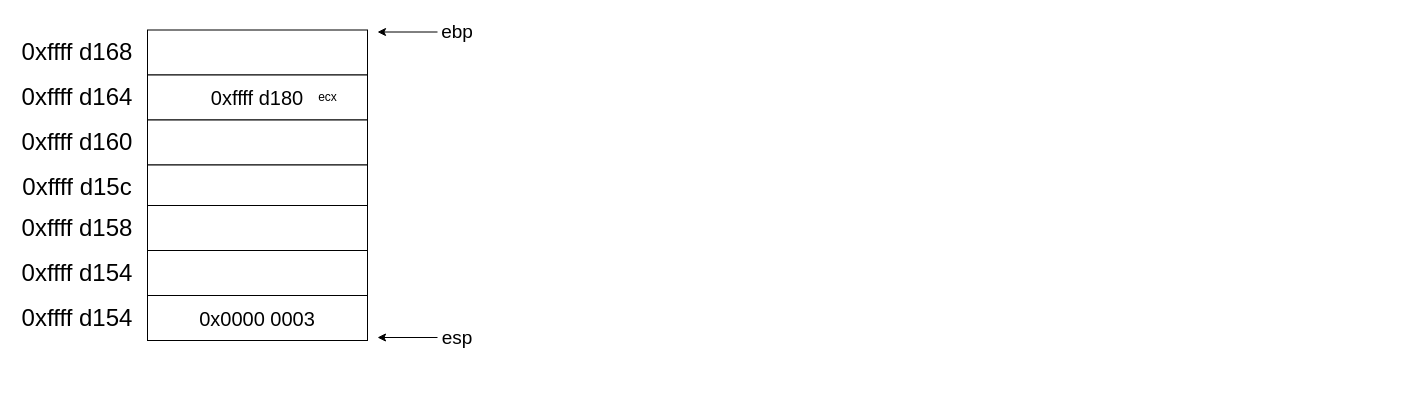
Before: page "第 11 页" (11 of 11) of ICS实验5.drawio in IRiDecenT/graph, a draw.io diagram. Source tidied: cells renumbered, new cells numbered last; positions are measured from the earlier drawing's top-left corner, leaving out a move shared by most shapes. Both pictures are drawn from the tidied source at 100%, with x=0, y=0 at pixel (17, 17).
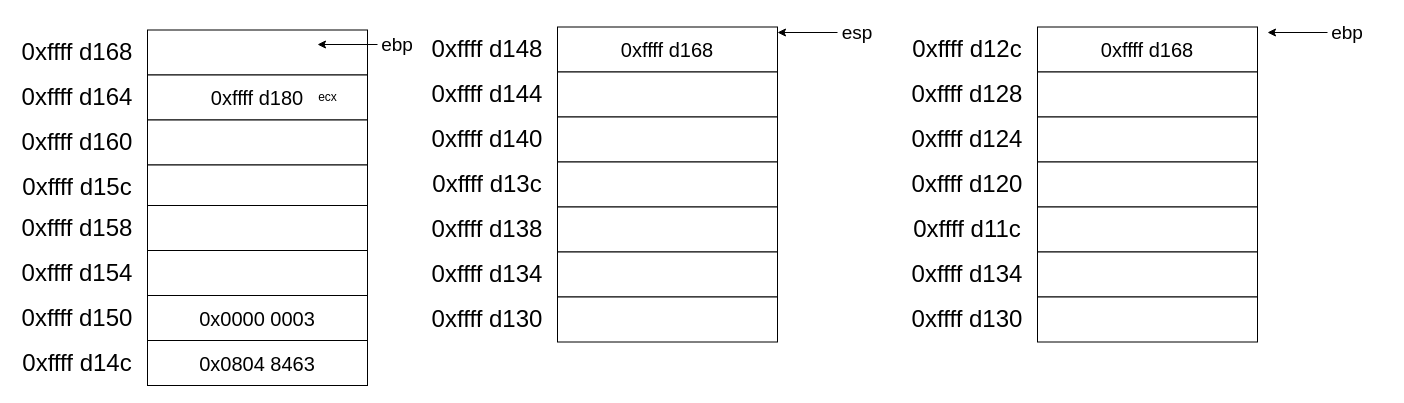
The same diagram, later.

Change to the diagram source:
```diff
@@
-    <mxCell id="8" value="&lt;font style=&quot;font-size: 19px;&quot;&gt;ebp&lt;/font&gt;" style="text;html=1;strokeColor=none;fillColor=none;align=center;verticalAlign=middle;whiteSpace=wrap;rounded=0;fontSize=19;fontStyle=0;" parent="1" vertex="1">
-      <mxGeometry x="400" width="80" height="30" as="geometry" />
-    </mxCell>
-    <mxCell id="9" style="endArrow=classic;html=1;rounded=0;fontStyle=0;fontSize=19;" parent="1" edge="1">
-      <mxGeometry relative="1" as="geometry">
-        <mxPoint x="420" y="14.5" as="sourcePoint" />
-        <mxPoint x="360" y="14.5" as="targetPoint" />
-      </mxGeometry>
-    </mxCell>
@@
-    <mxCell id="17" value="&lt;font style=&quot;font-size: 24px;&quot;&gt;0xffff d154&lt;/font&gt;" style="text;html=1;strokeColor=none;fillColor=none;align=center;verticalAlign=middle;whiteSpace=wrap;rounded=0;" parent="1" vertex="1">
+    <mxCell id="17" value="&lt;font style=&quot;font-size: 24px;&quot;&gt;0xffff d150&lt;/font&gt;" style="text;html=1;strokeColor=none;fillColor=none;align=center;verticalAlign=middle;whiteSpace=wrap;rounded=0;" parent="1" vertex="1">
       <mxGeometry y="285.5" width="120" height="30" as="geometry" />
     </mxCell>
@@
+    <mxCell id="21" value="&lt;font style=&quot;font-size: 24px;&quot;&gt;0xffff d14c&lt;/font&gt;" style="text;html=1;strokeColor=none;fillColor=none;align=center;verticalAlign=middle;whiteSpace=wrap;rounded=0;" parent="1" vertex="1">
+      <mxGeometry y="330.5" width="120" height="30" as="geometry" />
+    </mxCell>
+    <mxCell id="22" value="0x0804 8463" style="rounded=0;whiteSpace=wrap;html=1;fontSize=20;" parent="1" vertex="1">
+      <mxGeometry x="130" y="323" width="220" height="45" as="geometry" />
+    </mxCell>
+    <mxCell id="23" value="&lt;font style=&quot;font-size: 19px;&quot;&gt;ebp&lt;/font&gt;" style="text;html=1;strokeColor=none;fillColor=none;align=center;verticalAlign=middle;whiteSpace=wrap;rounded=0;fontSize=19;fontStyle=0;" parent="1" vertex="1">
+      <mxGeometry x="340" y="12.5" width="80" height="30" as="geometry" />
+    </mxCell>
+    <mxCell id="24" style="endArrow=classic;html=1;rounded=0;fontStyle=0;fontSize=19;" parent="1" edge="1">
+      <mxGeometry relative="1" as="geometry">
+        <mxPoint x="360" y="27" as="sourcePoint" />
+        <mxPoint x="300" y="27" as="targetPoint" />
+      </mxGeometry>
+    </mxCell>
+    <mxCell id="25" value="&lt;font style=&quot;font-size: 24px;&quot;&gt;0xffff d148&lt;/font&gt;" style="text;html=1;strokeColor=none;fillColor=none;align=center;verticalAlign=middle;whiteSpace=wrap;rounded=0;" parent="1" vertex="1">
+      <mxGeometry x="410" y="17" width="120" height="30" as="geometry" />
+    </mxCell>
+    <mxCell id="26" value="0xffff d168" style="rounded=0;whiteSpace=wrap;html=1;fontSize=20;" parent="1" vertex="1">
+      <mxGeometry x="540" y="9.5" width="220" height="45" as="geometry" />
+    </mxCell>
+    <mxCell id="27" value="&lt;font style=&quot;font-size: 24px;&quot;&gt;0xffff d144&lt;/font&gt;" style="text;html=1;strokeColor=none;fillColor=none;align=center;verticalAlign=middle;whiteSpace=wrap;rounded=0;" parent="1" vertex="1">
+      <mxGeometry x="410" y="62" width="120" height="30" as="geometry" />
+    </mxCell>
+    <mxCell id="28" style="rounded=0;whiteSpace=wrap;html=1;fontSize=20;" parent="1" vertex="1">
+      <mxGeometry x="540" y="54.5" width="220" height="45" as="geometry" />
+    </mxCell>
+    <mxCell id="29" value="&lt;font style=&quot;font-size: 24px;&quot;&gt;0xffff d140&lt;/font&gt;" style="text;html=1;strokeColor=none;fillColor=none;align=center;verticalAlign=middle;whiteSpace=wrap;rounded=0;" parent="1" vertex="1">
+      <mxGeometry x="410" y="107" width="120" height="30" as="geometry" />
+    </mxCell>
+    <mxCell id="30" style="rounded=0;whiteSpace=wrap;html=1;fontSize=20;" parent="1" vertex="1">
+      <mxGeometry x="540" y="99.5" width="220" height="45" as="geometry" />
+    </mxCell>
+    <mxCell id="31" value="&lt;font style=&quot;font-size: 24px;&quot;&gt;0xffff d13c&lt;/font&gt;" style="text;html=1;strokeColor=none;fillColor=none;align=center;verticalAlign=middle;whiteSpace=wrap;rounded=0;" parent="1" vertex="1">
+      <mxGeometry x="410" y="152" width="120" height="30" as="geometry" />
+    </mxCell>
+    <mxCell id="32" style="rounded=0;whiteSpace=wrap;html=1;fontSize=20;" parent="1" vertex="1">
+      <mxGeometry x="540" y="144.5" width="220" height="45" as="geometry" />
+    </mxCell>
+    <mxCell id="33" value="&lt;font style=&quot;font-size: 24px;&quot;&gt;0xffff d138&lt;/font&gt;" style="text;html=1;strokeColor=none;fillColor=none;align=center;verticalAlign=middle;whiteSpace=wrap;rounded=0;" parent="1" vertex="1">
+      <mxGeometry x="410" y="197" width="120" height="30" as="geometry" />
+    </mxCell>
+    <mxCell id="34" style="rounded=0;whiteSpace=wrap;html=1;fontSize=20;" parent="1" vertex="1">
+      <mxGeometry x="540" y="189.5" width="220" height="45" as="geometry" />
+    </mxCell>
+    <mxCell id="35" value="&lt;font style=&quot;font-size: 24px;&quot;&gt;0xffff d134&lt;/font&gt;" style="text;html=1;strokeColor=none;fillColor=none;align=center;verticalAlign=middle;whiteSpace=wrap;rounded=0;" parent="1" vertex="1">
+      <mxGeometry x="410" y="242" width="120" height="30" as="geometry" />
+    </mxCell>
+    <mxCell id="36" style="rounded=0;whiteSpace=wrap;html=1;fontSize=20;" parent="1" vertex="1">
+      <mxGeometry x="540" y="234.5" width="220" height="45" as="geometry" />
+    </mxCell>
+    <mxCell id="37" value="&lt;font style=&quot;font-size: 24px;&quot;&gt;0xffff d130&lt;/font&gt;" style="text;html=1;strokeColor=none;fillColor=none;align=center;verticalAlign=middle;whiteSpace=wrap;rounded=0;" parent="1" vertex="1">
+      <mxGeometry x="410" y="287" width="120" height="30" as="geometry" />
+    </mxCell>
+    <mxCell id="38" style="rounded=0;whiteSpace=wrap;html=1;fontSize=20;" parent="1" vertex="1">
+      <mxGeometry x="540" y="279.5" width="220" height="45" as="geometry" />
+    </mxCell>
+    <mxCell id="39" value="&lt;font style=&quot;font-size: 19px;&quot;&gt;ebp&lt;/font&gt;" style="text;html=1;strokeColor=none;fillColor=none;align=center;verticalAlign=middle;whiteSpace=wrap;rounded=0;fontSize=19;fontStyle=0;" parent="1" vertex="1">
+      <mxGeometry x="1290" y="0.5" width="80" height="30" as="geometry" />
+    </mxCell>
+    <mxCell id="40" style="endArrow=classic;html=1;rounded=0;fontStyle=0;fontSize=19;" parent="1" edge="1">
+      <mxGeometry relative="1" as="geometry">
+        <mxPoint x="1310" y="15" as="sourcePoint" />
+        <mxPoint x="1250" y="15" as="targetPoint" />
+      </mxGeometry>
+    </mxCell>
+    <mxCell id="41" value="&lt;font style=&quot;font-size: 24px;&quot;&gt;0xffff d12c&lt;/font&gt;" style="text;html=1;strokeColor=none;fillColor=none;align=center;verticalAlign=middle;whiteSpace=wrap;rounded=0;" parent="1" vertex="1">
+      <mxGeometry x="890" y="17" width="120" height="30" as="geometry" />
+    </mxCell>
+    <mxCell id="42" value="0xffff d168" style="rounded=0;whiteSpace=wrap;html=1;fontSize=20;" parent="1" vertex="1">
+      <mxGeometry x="1020" y="9.5" width="220" height="45" as="geometry" />
+    </mxCell>
+    <mxCell id="43" value="&lt;font style=&quot;font-size: 24px;&quot;&gt;0xffff d128&lt;/font&gt;" style="text;html=1;strokeColor=none;fillColor=none;align=center;verticalAlign=middle;whiteSpace=wrap;rounded=0;" parent="1" vertex="1">
+      <mxGeometry x="890" y="62" width="120" height="30" as="geometry" />
+    </mxCell>
+    <mxCell id="44" style="rounded=0;whiteSpace=wrap;html=1;fontSize=20;" parent="1" vertex="1">
+      <mxGeometry x="1020" y="54.5" width="220" height="45" as="geometry" />
+    </mxCell>
+    <mxCell id="45" value="&lt;font style=&quot;font-size: 24px;&quot;&gt;0xffff d124&lt;/font&gt;" style="text;html=1;strokeColor=none;fillColor=none;align=center;verticalAlign=middle;whiteSpace=wrap;rounded=0;" parent="1" vertex="1">
+      <mxGeometry x="890" y="107" width="120" height="30" as="geometry" />
+    </mxCell>
+    <mxCell id="46" style="rounded=0;whiteSpace=wrap;html=1;fontSize=20;" parent="1" vertex="1">
+      <mxGeometry x="1020" y="99.5" width="220" height="45" as="geometry" />
+    </mxCell>
+    <mxCell id="47" value="&lt;font style=&quot;font-size: 24px;&quot;&gt;0xffff d120&lt;/font&gt;" style="text;html=1;strokeColor=none;fillColor=none;align=center;verticalAlign=middle;whiteSpace=wrap;rounded=0;" parent="1" vertex="1">
+      <mxGeometry x="890" y="152" width="120" height="30" as="geometry" />
+    </mxCell>
+    <mxCell id="48" style="rounded=0;whiteSpace=wrap;html=1;fontSize=20;" parent="1" vertex="1">
+      <mxGeometry x="1020" y="144.5" width="220" height="45" as="geometry" />
+    </mxCell>
+    <mxCell id="49" value="&lt;font style=&quot;font-size: 24px;&quot;&gt;0xffff d11c&lt;/font&gt;" style="text;html=1;strokeColor=none;fillColor=none;align=center;verticalAlign=middle;whiteSpace=wrap;rounded=0;" parent="1" vertex="1">
+      <mxGeometry x="890" y="197" width="120" height="30" as="geometry" />
+    </mxCell>
+    <mxCell id="50" style="rounded=0;whiteSpace=wrap;html=1;fontSize=20;" parent="1" vertex="1">
+      <mxGeometry x="1020" y="189.5" width="220" height="45" as="geometry" />
+    </mxCell>
+    <mxCell id="51" value="&lt;font style=&quot;font-size: 24px;&quot;&gt;0xffff d134&lt;/font&gt;" style="text;html=1;strokeColor=none;fillColor=none;align=center;verticalAlign=middle;whiteSpace=wrap;rounded=0;" parent="1" vertex="1">
+      <mxGeometry x="890" y="242" width="120" height="30" as="geometry" />
+    </mxCell>
+    <mxCell id="52" style="rounded=0;whiteSpace=wrap;html=1;fontSize=20;" parent="1" vertex="1">
+      <mxGeometry x="1020" y="234.5" width="220" height="45" as="geometry" />
+    </mxCell>
+    <mxCell id="53" value="&lt;font style=&quot;font-size: 24px;&quot;&gt;0xffff d130&lt;/font&gt;" style="text;html=1;strokeColor=none;fillColor=none;align=center;verticalAlign=middle;whiteSpace=wrap;rounded=0;" parent="1" vertex="1">
+      <mxGeometry x="890" y="287" width="120" height="30" as="geometry" />
+    </mxCell>
+    <mxCell id="54" style="rounded=0;whiteSpace=wrap;html=1;fontSize=20;" parent="1" vertex="1">
+      <mxGeometry x="1020" y="279.5" width="220" height="45" as="geometry" />
+    </mxCell>
     <mxCell id="19" value="&lt;font style=&quot;font-size: 19px;&quot;&gt;esp&lt;/font&gt;" style="text;html=1;strokeColor=none;fillColor=none;align=center;verticalAlign=middle;whiteSpace=wrap;rounded=0;fontSize=19;fontStyle=0;" parent="1" vertex="1">
-      <mxGeometry x="400" y="305.5" width="80" height="30" as="geometry" />
+      <mxGeometry x="800" y="0.5" width="80" height="30" as="geometry" />
     </mxCell>
-    <mxCell id="20" style="endArrow=classic;html=1;rounded=0;fontStyle=0;fontSize=19;" parent="1" edge="1">
-      <mxGeometry relative="1" as="geometry">
-        <mxPoint x="420" y="320" as="sourcePoint" />
-        <mxPoint x="360" y="320" as="targetPoint" />
-      </mxGeometry>
-    </mxCell>
+    <mxCell id="55" style="endArrow=classic;html=1;rounded=0;fontStyle=0;fontSize=19;" parent="1" edge="1">
+      <mxGeometry relative="1" as="geometry">
+        <mxPoint x="820" y="15" as="sourcePoint" />
+        <mxPoint x="760" y="15" as="targetPoint" />
+      </mxGeometry>
+    </mxCell>
```
